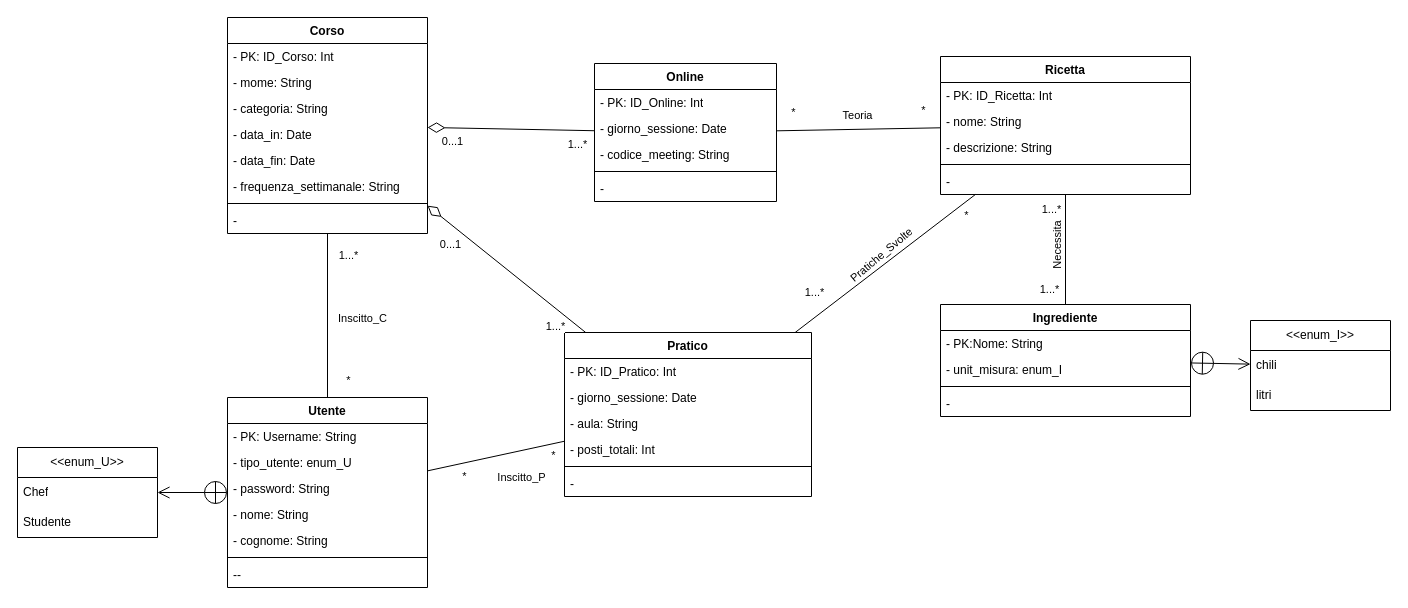
Above: page "umlRistrutturato" (3 of 4) of bdd/uml/UML1.drawio in MetisWastaken/UninaFoodLab (draw.io), before the change. Source tidied: cells renumbered, new cells numbered last; positions are measured from the earlier drawing's top-left corner, leaving out a move shared by most shapes. Both pictures are drawn from the tidied source at 100%, with x=0, y=0 at pixel (17, 17).
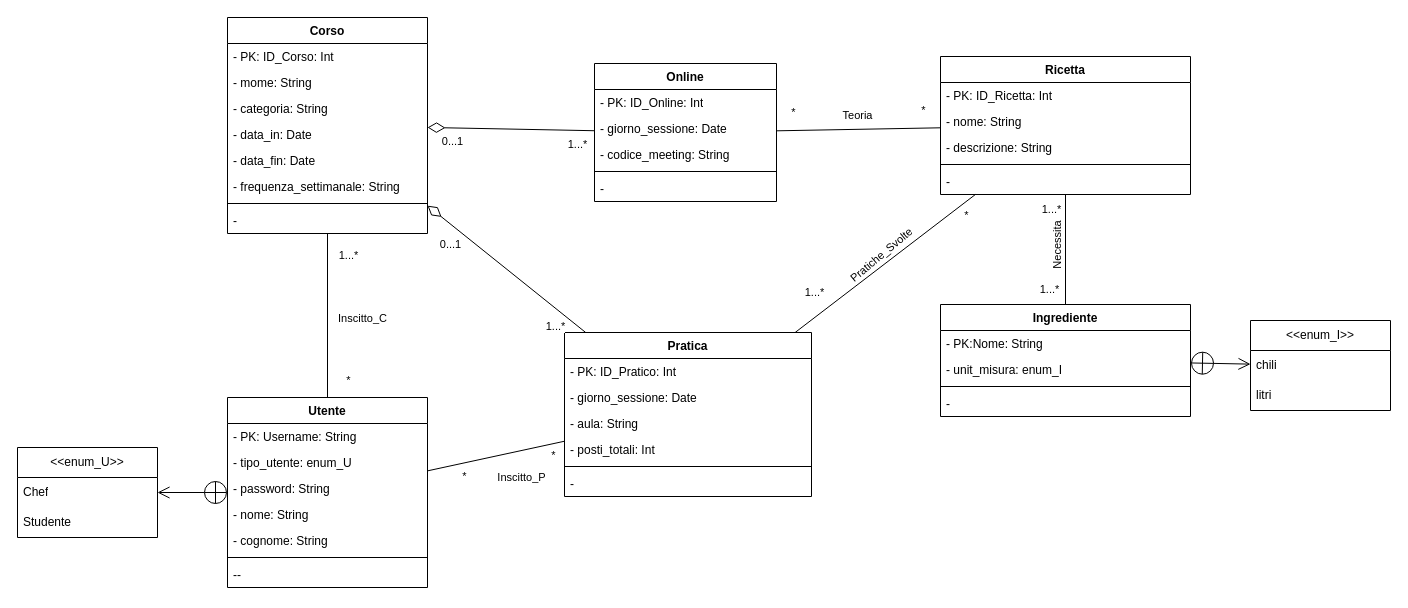
The same page after the edit.

The edit, as a diff of the source:
```diff
@@
-    <mxCell id="25" value="Pratico" style="swimlane;align=center;verticalAlign=top;horizontal=1;startSize=26;whiteSpace=wrap;html=1;" parent="1" vertex="1">
+    <mxCell id="25" value="Pratica" style="swimlane;align=center;verticalAlign=top;horizontal=1;startSize=26;whiteSpace=wrap;html=1;" parent="1" vertex="1">
       <mxGeometry x="547" y="315" width="247" height="164" as="geometry" />
     </mxCell>
```
